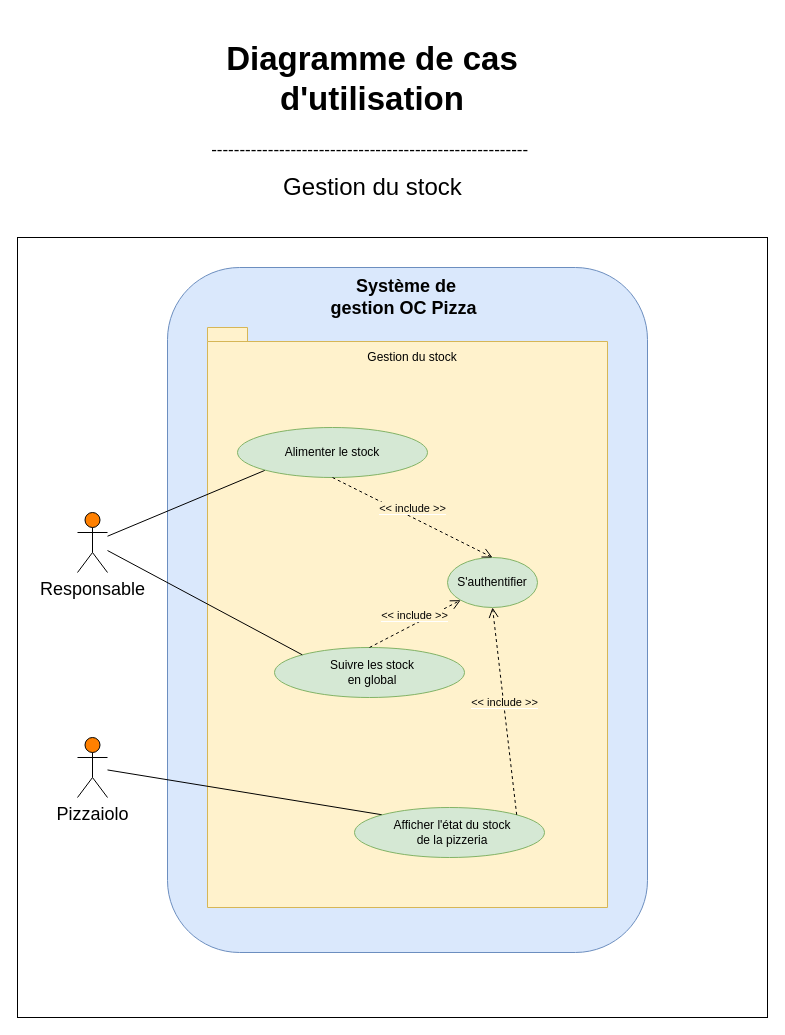
Above: page "Gestion du stock" (4 of 5) of Use case Diagram.drawio in Maayaavi/OC_Project_4 (draw.io), before the change. Source tidied: cells renumbered, new cells numbered last; positions are measured from the earlier drawing's top-left corner, leaving out a move shared by most shapes. Both pictures are drawn from the tidied source at 100%, with x=0, y=0 at pixel (17, 27).
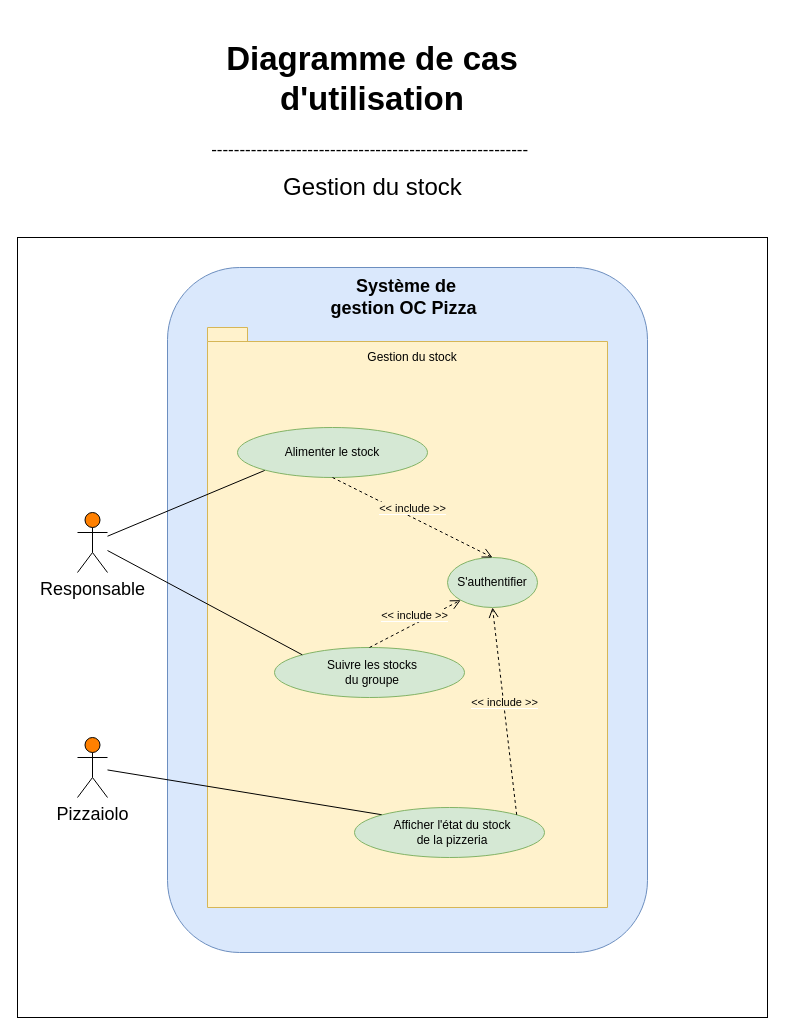
Above is the later version.

The edit, as a diff of the source:
```diff
@@
-    <mxCell id="13" value="Suivre les stock&lt;br&gt;en global" style="text;html=1;strokeColor=none;fillColor=none;align=center;verticalAlign=middle;whiteSpace=wrap;rounded=0;" parent="1" vertex="1">
+    <mxCell id="13" value="Suivre les stocks&lt;br&gt;du groupe" style="text;html=1;strokeColor=none;fillColor=none;align=center;verticalAlign=middle;whiteSpace=wrap;rounded=0;" parent="1" vertex="1">
       <mxGeometry x="250" y="635" width="210" height="20" as="geometry" />
     </mxCell>
```
